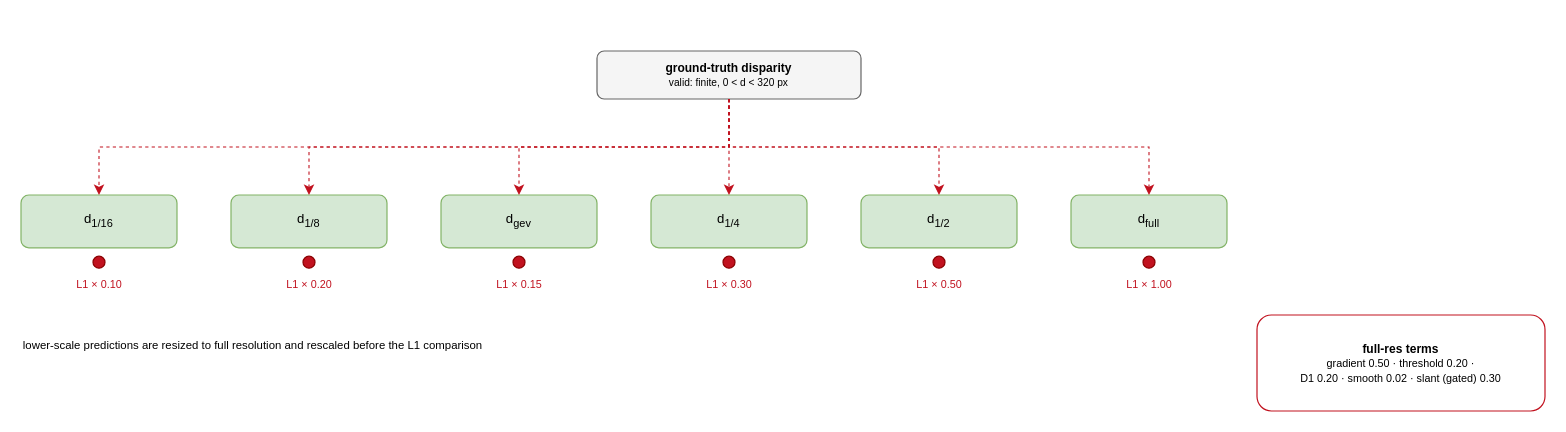
Above: thesis/book/figures/fig_3_8_supervision.drawio in abrar-nazib/StereoLite (draw.io), before the change. Source tidied: cells renumbered, new cells numbered last; positions are measured from the earlier drawing's top-left corner, leaving out a move shared by most shapes. Both pictures are drawn from the tidied source at 120%, with x=0, y=0 at pixel (20, 50).
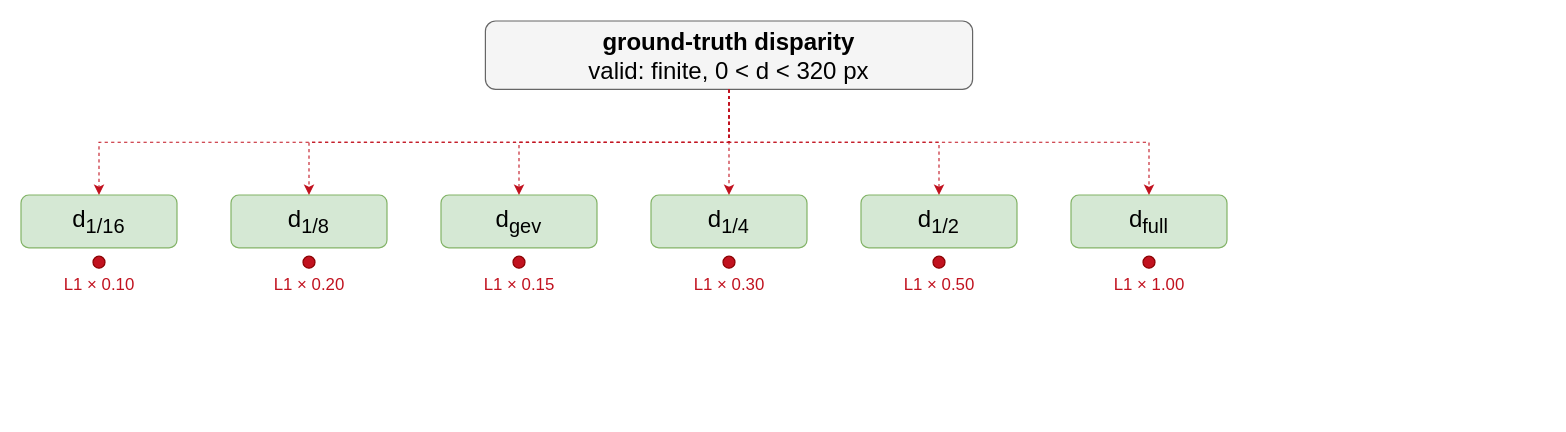
The same page after the edit.

Change to the diagram source:
```diff
@@
-    <mxCell id="2" value="&lt;b&gt;ground-truth disparity&lt;/b&gt;&lt;br&gt;&lt;font style='font-size:8.5px'&gt;valid: finite, 0 &amp;lt; d &amp;lt; 320 px&lt;/font&gt;" style="rounded=1;whiteSpace=wrap;html=1;fillColor=#f5f5f5;strokeColor=#666666;fontSize=10;align=center;" parent="1" vertex="1">
-      <mxGeometry x="480" width="220" height="40" as="geometry" />
+    <mxCell id="2" value="&lt;b&gt;ground-truth disparity&lt;/b&gt;&lt;br&gt;&lt;font&gt;valid: finite, 0 &amp;lt; d &amp;lt; 320 px&lt;/font&gt;" style="rounded=1;whiteSpace=wrap;html=1;fillColor=#f5f5f5;strokeColor=#666666;fontSize=20;align=center;" parent="1" vertex="1">
+      <mxGeometry x="387" y="-25" width="406" height="57" as="geometry" />
     </mxCell>
-    <mxCell id="3" value="d&lt;sub&gt;1/16&lt;/sub&gt;" style="rounded=1;whiteSpace=wrap;html=1;fillColor=#d5e8d4;strokeColor=#82b366;fontSize=11;align=center;" parent="1" vertex="1">
+    <mxCell id="3" value="d&lt;sub&gt;1/16&lt;/sub&gt;" style="rounded=1;whiteSpace=wrap;html=1;fillColor=#d5e8d4;strokeColor=#82b366;fontSize=20;align=center;" parent="1" vertex="1">
       <mxGeometry y="120" width="130" height="44" as="geometry" />
     </mxCell>
-    <mxCell id="4" style="ellipse;html=1;fillColor=#c1121f;strokeColor=#8a0000;" parent="1" vertex="1">
+    <mxCell id="4" style="ellipse;html=1;fillColor=#c1121f;strokeColor=#8a0000;fontSize=14;" parent="1" vertex="1">
       <mxGeometry x="60" y="171" width="10" height="10" as="geometry" />
     </mxCell>
-    <mxCell id="5" value="L1 × 0.10" style="text;html=1;align=center;verticalAlign=middle;fontSize=9;fontColor=#c1121f;" parent="1" vertex="1">
+    <mxCell id="5" value="L1 × 0.10" style="text;html=1;align=center;verticalAlign=middle;fontSize=14;fontColor=#c1121f;" parent="1" vertex="1">
       <mxGeometry x="20" y="186" width="90" height="18" as="geometry" />
     </mxCell>
-    <mxCell id="6" style="edgeStyle=orthogonalEdgeStyle;rounded=0;html=1;jettySize=auto;strokeColor=#c1121f;strokeWidth=0.9;fontSize=10;dashed=1;exitX=0.5;exitY=1;exitDx=0;exitDy=0;entryX=0.5;entryY=0;entryDx=0;entryDy=0;" parent="1" edge="1" source="2" target="3">
+    <mxCell id="6" style="edgeStyle=orthogonalEdgeStyle;rounded=0;html=1;jettySize=auto;strokeColor=#c1121f;strokeWidth=0.9;fontSize=14;dashed=1;exitX=0.5;exitY=1;exitDx=0;exitDy=0;entryX=0.5;entryY=0;entryDx=0;entryDy=0;" parent="1" edge="1" source="2" target="3">
       <mxGeometry relative="1" as="geometry" />
     </mxCell>
-    <mxCell id="7" value="d&lt;sub&gt;1/8&lt;/sub&gt;" style="rounded=1;whiteSpace=wrap;html=1;fillColor=#d5e8d4;strokeColor=#82b366;fontSize=11;align=center;" parent="1" vertex="1">
+    <mxCell id="7" value="d&lt;sub&gt;1/8&lt;/sub&gt;" style="rounded=1;whiteSpace=wrap;html=1;fillColor=#d5e8d4;strokeColor=#82b366;fontSize=20;align=center;" parent="1" vertex="1">
       <mxGeometry x="175" y="120" width="130" height="44" as="geometry" />
     </mxCell>
-    <mxCell id="8" style="ellipse;html=1;fillColor=#c1121f;strokeColor=#8a0000;" parent="1" vertex="1">
+    <mxCell id="8" style="ellipse;html=1;fillColor=#c1121f;strokeColor=#8a0000;fontSize=14;" parent="1" vertex="1">
       <mxGeometry x="235" y="171" width="10" height="10" as="geometry" />
     </mxCell>
-    <mxCell id="9" value="L1 × 0.20" style="text;html=1;align=center;verticalAlign=middle;fontSize=9;fontColor=#c1121f;" parent="1" vertex="1">
+    <mxCell id="9" value="L1 × 0.20" style="text;html=1;align=center;verticalAlign=middle;fontSize=14;fontColor=#c1121f;" parent="1" vertex="1">
       <mxGeometry x="195" y="186" width="90" height="18" as="geometry" />
     </mxCell>
-    <mxCell id="10" style="edgeStyle=orthogonalEdgeStyle;rounded=0;html=1;jettySize=auto;strokeColor=#c1121f;strokeWidth=0.9;fontSize=10;dashed=1;exitX=0.5;exitY=1;exitDx=0;exitDy=0;entryX=0.5;entryY=0;entryDx=0;entryDy=0;" parent="1" edge="1" source="2" target="7">
+    <mxCell id="10" style="edgeStyle=orthogonalEdgeStyle;rounded=0;html=1;jettySize=auto;strokeColor=#c1121f;strokeWidth=0.9;fontSize=14;dashed=1;exitX=0.5;exitY=1;exitDx=0;exitDy=0;entryX=0.5;entryY=0;entryDx=0;entryDy=0;" parent="1" edge="1" source="2" target="7">
       <mxGeometry relative="1" as="geometry" />
     </mxCell>
-    <mxCell id="11" value="d&lt;sub&gt;gev&lt;/sub&gt;" style="rounded=1;whiteSpace=wrap;html=1;fillColor=#d5e8d4;strokeColor=#82b366;fontSize=11;align=center;" parent="1" vertex="1">
+    <mxCell id="11" value="d&lt;sub&gt;gev&lt;/sub&gt;" style="rounded=1;whiteSpace=wrap;html=1;fillColor=#d5e8d4;strokeColor=#82b366;fontSize=20;align=center;" parent="1" vertex="1">
       <mxGeometry x="350" y="120" width="130" height="44" as="geometry" />
     </mxCell>
-    <mxCell id="12" style="ellipse;html=1;fillColor=#c1121f;strokeColor=#8a0000;" parent="1" vertex="1">
+    <mxCell id="12" style="ellipse;html=1;fillColor=#c1121f;strokeColor=#8a0000;fontSize=14;" parent="1" vertex="1">
       <mxGeometry x="410" y="171" width="10" height="10" as="geometry" />
     </mxCell>
-    <mxCell id="13" value="L1 × 0.15" style="text;html=1;align=center;verticalAlign=middle;fontSize=9;fontColor=#c1121f;" parent="1" vertex="1">
+    <mxCell id="13" value="L1 × 0.15" style="text;html=1;align=center;verticalAlign=middle;fontSize=14;fontColor=#c1121f;" parent="1" vertex="1">
       <mxGeometry x="370" y="186" width="90" height="18" as="geometry" />
     </mxCell>
-    <mxCell id="14" style="edgeStyle=orthogonalEdgeStyle;rounded=0;html=1;jettySize=auto;strokeColor=#c1121f;strokeWidth=0.9;fontSize=10;dashed=1;exitX=0.5;exitY=1;exitDx=0;exitDy=0;entryX=0.5;entryY=0;entryDx=0;entryDy=0;" parent="1" edge="1" source="2" target="11">
+    <mxCell id="14" style="edgeStyle=orthogonalEdgeStyle;rounded=0;html=1;jettySize=auto;strokeColor=#c1121f;strokeWidth=0.9;fontSize=14;dashed=1;exitX=0.5;exitY=1;exitDx=0;exitDy=0;entryX=0.5;entryY=0;entryDx=0;entryDy=0;" parent="1" edge="1" source="2" target="11">
       <mxGeometry relative="1" as="geometry" />
     </mxCell>
-    <mxCell id="15" value="d&lt;sub&gt;1/4&lt;/sub&gt;" style="rounded=1;whiteSpace=wrap;html=1;fillColor=#d5e8d4;strokeColor=#82b366;fontSize=11;align=center;" parent="1" vertex="1">
+    <mxCell id="15" value="d&lt;sub&gt;1/4&lt;/sub&gt;" style="rounded=1;whiteSpace=wrap;html=1;fillColor=#d5e8d4;strokeColor=#82b366;fontSize=20;align=center;" parent="1" vertex="1">
       <mxGeometry x="525" y="120" width="130" height="44" as="geometry" />
     </mxCell>
-    <mxCell id="16" style="ellipse;html=1;fillColor=#c1121f;strokeColor=#8a0000;" parent="1" vertex="1">
+    <mxCell id="16" style="ellipse;html=1;fillColor=#c1121f;strokeColor=#8a0000;fontSize=14;" parent="1" vertex="1">
       <mxGeometry x="585" y="171" width="10" height="10" as="geometry" />
     </mxCell>
-    <mxCell id="17" value="L1 × 0.30" style="text;html=1;align=center;verticalAlign=middle;fontSize=9;fontColor=#c1121f;" parent="1" vertex="1">
+    <mxCell id="17" value="L1 × 0.30" style="text;html=1;align=center;verticalAlign=middle;fontSize=14;fontColor=#c1121f;" parent="1" vertex="1">
       <mxGeometry x="545" y="186" width="90" height="18" as="geometry" />
     </mxCell>
-    <mxCell id="18" style="edgeStyle=orthogonalEdgeStyle;rounded=0;html=1;jettySize=auto;strokeColor=#c1121f;strokeWidth=0.9;fontSize=10;dashed=1;exitX=0.5;exitY=1;exitDx=0;exitDy=0;entryX=0.5;entryY=0;entryDx=0;entryDy=0;" parent="1" edge="1" source="2" target="15">
+    <mxCell id="18" style="edgeStyle=orthogonalEdgeStyle;rounded=0;html=1;jettySize=auto;strokeColor=#c1121f;strokeWidth=0.9;fontSize=14;dashed=1;exitX=0.5;exitY=1;exitDx=0;exitDy=0;entryX=0.5;entryY=0;entryDx=0;entryDy=0;" parent="1" edge="1" source="2" target="15">
       <mxGeometry relative="1" as="geometry" />
     </mxCell>
-    <mxCell id="19" value="d&lt;sub&gt;1/2&lt;/sub&gt;" style="rounded=1;whiteSpace=wrap;html=1;fillColor=#d5e8d4;strokeColor=#82b366;fontSize=11;align=center;" parent="1" vertex="1">
+    <mxCell id="19" value="d&lt;sub&gt;1/2&lt;/sub&gt;" style="rounded=1;whiteSpace=wrap;html=1;fillColor=#d5e8d4;strokeColor=#82b366;fontSize=20;align=center;" parent="1" vertex="1">
       <mxGeometry x="700" y="120" width="130" height="44" as="geometry" />
     </mxCell>
-    <mxCell id="20" style="ellipse;html=1;fillColor=#c1121f;strokeColor=#8a0000;" parent="1" vertex="1">
+    <mxCell id="20" style="ellipse;html=1;fillColor=#c1121f;strokeColor=#8a0000;fontSize=14;" parent="1" vertex="1">
       <mxGeometry x="760" y="171" width="10" height="10" as="geometry" />
     </mxCell>
-    <mxCell id="21" value="L1 × 0.50" style="text;html=1;align=center;verticalAlign=middle;fontSize=9;fontColor=#c1121f;" parent="1" vertex="1">
+    <mxCell id="21" value="L1 × 0.50" style="text;html=1;align=center;verticalAlign=middle;fontSize=14;fontColor=#c1121f;" parent="1" vertex="1">
       <mxGeometry x="720" y="186" width="90" height="18" as="geometry" />
     </mxCell>
-    <mxCell id="22" style="edgeStyle=orthogonalEdgeStyle;rounded=0;html=1;jettySize=auto;strokeColor=#c1121f;strokeWidth=0.9;fontSize=10;dashed=1;exitX=0.5;exitY=1;exitDx=0;exitDy=0;entryX=0.5;entryY=0;entryDx=0;entryDy=0;" parent="1" edge="1" source="2" target="19">
+    <mxCell id="22" style="edgeStyle=orthogonalEdgeStyle;rounded=0;html=1;jettySize=auto;strokeColor=#c1121f;strokeWidth=0.9;fontSize=14;dashed=1;exitX=0.5;exitY=1;exitDx=0;exitDy=0;entryX=0.5;entryY=0;entryDx=0;entryDy=0;" parent="1" edge="1" source="2" target="19">
       <mxGeometry relative="1" as="geometry" />
     </mxCell>
-    <mxCell id="23" value="d&lt;sub&gt;full&lt;/sub&gt;" style="rounded=1;whiteSpace=wrap;html=1;fillColor=#d5e8d4;strokeColor=#82b366;fontSize=11;align=center;" parent="1" vertex="1">
+    <mxCell id="23" value="d&lt;sub&gt;full&lt;/sub&gt;" style="rounded=1;whiteSpace=wrap;html=1;fillColor=#d5e8d4;strokeColor=#82b366;fontSize=20;align=center;" parent="1" vertex="1">
       <mxGeometry x="875" y="120" width="130" height="44" as="geometry" />
     </mxCell>
-    <mxCell id="24" style="ellipse;html=1;fillColor=#c1121f;strokeColor=#8a0000;" parent="1" vertex="1">
+    <mxCell id="24" style="ellipse;html=1;fillColor=#c1121f;strokeColor=#8a0000;fontSize=14;" parent="1" vertex="1">
       <mxGeometry x="935" y="171" width="10" height="10" as="geometry" />
     </mxCell>
-    <mxCell id="25" value="L1 × 1.00" style="text;html=1;align=center;verticalAlign=middle;fontSize=9;fontColor=#c1121f;" parent="1" vertex="1">
+    <mxCell id="25" value="L1 × 1.00" style="text;html=1;align=center;verticalAlign=middle;fontSize=14;fontColor=#c1121f;" parent="1" vertex="1">
       <mxGeometry x="895" y="186" width="90" height="18" as="geometry" />
     </mxCell>
-    <mxCell id="26" style="edgeStyle=orthogonalEdgeStyle;rounded=0;html=1;jettySize=auto;strokeColor=#c1121f;strokeWidth=0.9;fontSize=10;dashed=1;exitX=0.5;exitY=1;exitDx=0;exitDy=0;entryX=0.5;entryY=0;entryDx=0;entryDy=0;" parent="1" edge="1" source="2" target="23">
+    <mxCell id="26" style="edgeStyle=orthogonalEdgeStyle;rounded=0;html=1;jettySize=auto;strokeColor=#c1121f;strokeWidth=0.9;fontSize=14;dashed=1;exitX=0.5;exitY=1;exitDx=0;exitDy=0;entryX=0.5;entryY=0;entryDx=0;entryDy=0;" parent="1" edge="1" source="2" target="23">
       <mxGeometry relative="1" as="geometry" />
     </mxCell>
-    <mxCell id="27" value="&lt;b&gt;full-res terms&lt;/b&gt;&lt;br&gt;&lt;font style='font-size:9px'&gt;gradient 0.50 · threshold 0.20 ·&lt;br&gt;D1 0.20 · smooth 0.02 · slant (gated) 0.30&lt;/font&gt;" style="rounded=1;whiteSpace=wrap;html=1;fillColor=#ffffff;strokeColor=#c1121f;fontSize=10;align=center;" parent="1" vertex="1">
-      <mxGeometry x="1030" y="220" width="240" height="80" as="geometry" />
-    </mxCell>
-    <mxCell id="28" value="lower-scale predictions are resized to full resolution and rescaled before the L1 comparison" style="text;html=1;align=left;verticalAlign=middle;fontSize=9.5;fontColor=#000000;" parent="1" vertex="1">
-      <mxGeometry y="230" width="700" height="30" as="geometry" />
-    </mxCell>
```
